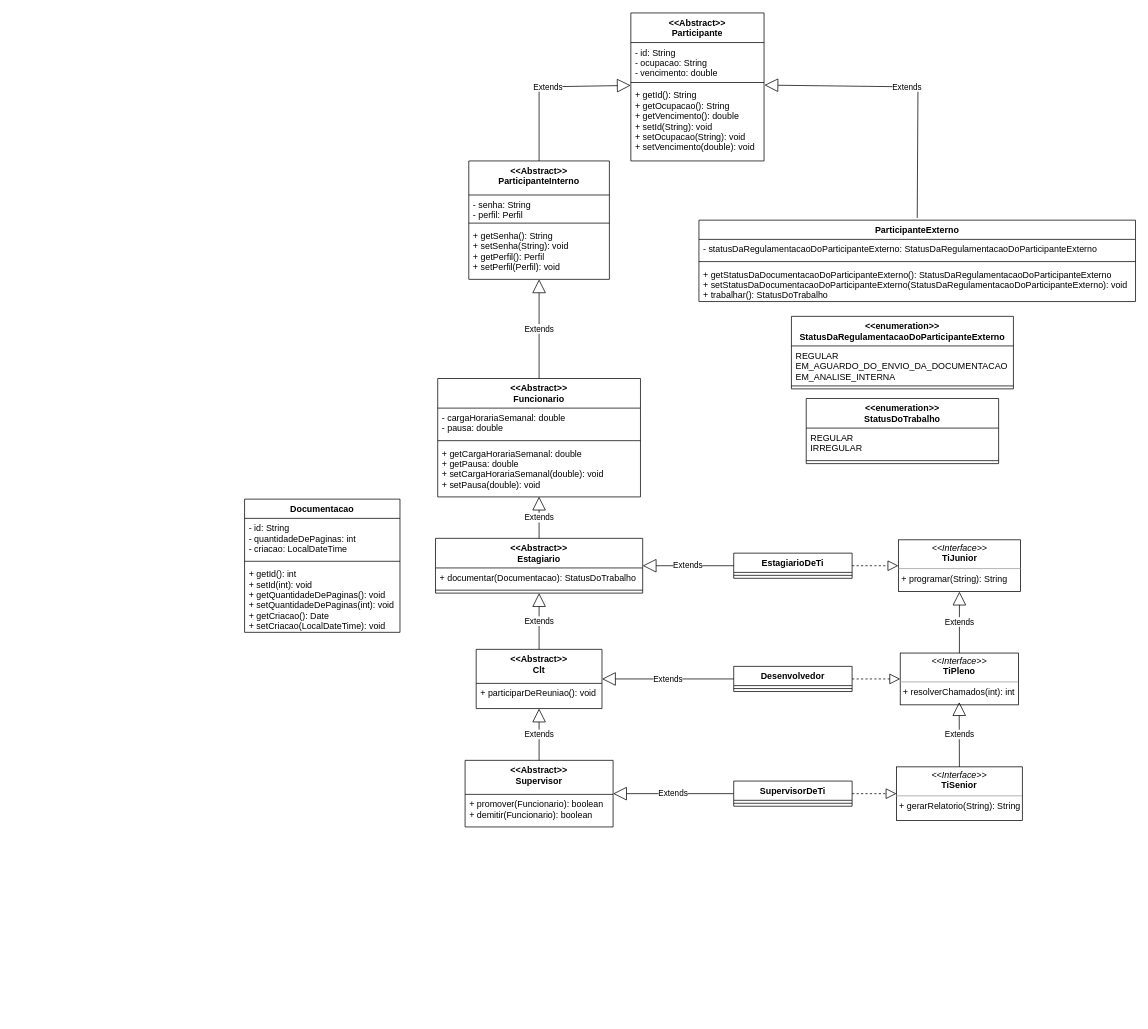
Above: erp.drawio in andre-alck/erp (draw.io), before the change. Source tidied: cells renumbered, new cells numbered last; positions are measured from the earlier drawing's top-left corner, leaving out a move shared by most shapes. Both pictures are drawn from the tidied source at 74%, with x=0, y=0 at pixel (244, 13).
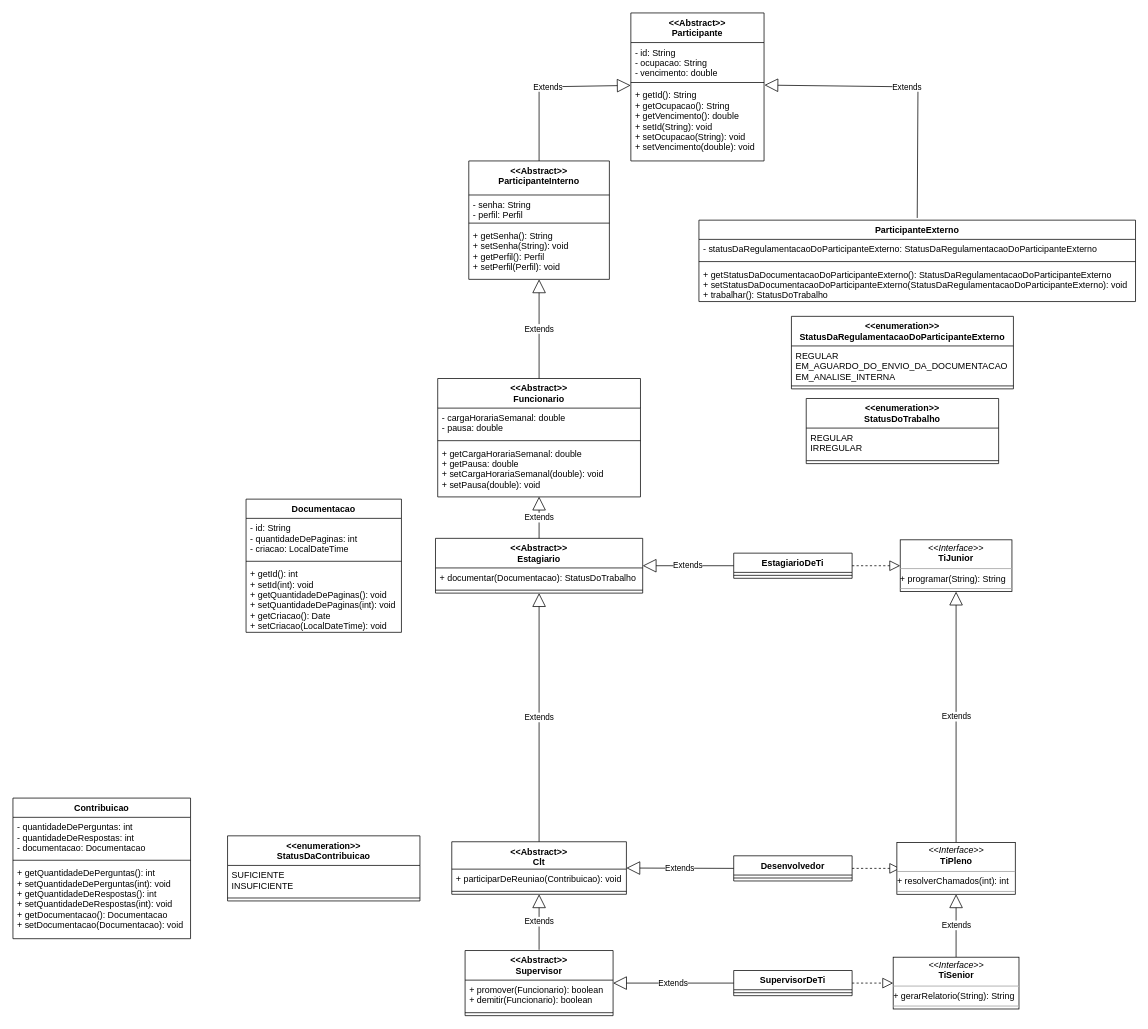
Above is the later version.

Commit message (it also covers changes not shown here):
docs: altera assinatura do metodo participardereuniao

The change refers to these unchanged cells:
```xml
<mxCell id="37" value="&lt;&lt;Abstract&gt;&gt;&#10;Estagiario" style="swimlane;fontStyle=1;align=center;verticalAlign=top;horizontal=1;startSize=40;" parent="1" vertex="1">
  <mxGeometry x="258" y="710" width="280" height="74" as="geometry" />
</mxCell>
<mxCell id="42" value="EstagiarioDeTi" style="swimlane;fontStyle=1;align=center;verticalAlign=top;horizontal=1;startSize=26;" parent="1" vertex="1">
  <mxGeometry x="661" y="730" width="160" height="34" as="geometry" />
</mxCell>
```

The edit, as a diff of the source:
```diff
@@
-    <mxCell id="17" value="&lt;p style=&quot;margin:0px;margin-top:4px;text-align:center;&quot;&gt;&lt;i&gt;&amp;lt;&amp;lt;Interface&amp;gt;&amp;gt;&lt;/i&gt;&lt;br&gt;&lt;b&gt;TiJunior&lt;/b&gt;&lt;/p&gt;&lt;hr size=&quot;1&quot;&gt;&lt;p style=&quot;margin:0px;margin-left:4px;&quot;&gt;+ programar(String): String&lt;/p&gt;" style="verticalAlign=top;align=left;overflow=fill;fontSize=12;fontFamily=Helvetica;html=1;" parent="1" vertex="1">
-      <mxGeometry x="883.5" y="712" width="165" height="70" as="geometry" />
-    </mxCell>
-    <mxCell id="18" value="&lt;p style=&quot;margin:0px;margin-top:4px;text-align:center;&quot;&gt;&lt;i&gt;&amp;lt;&amp;lt;Interface&amp;gt;&amp;gt;&lt;/i&gt;&lt;br&gt;&lt;b&gt;TiPleno&lt;/b&gt;&lt;/p&gt;&lt;hr size=&quot;1&quot;&gt;&lt;p style=&quot;margin:0px;margin-left:4px;&quot;&gt;&lt;/p&gt;&lt;p style=&quot;margin:0px;margin-left:4px;&quot;&gt;+ resolverChamados(int): int&lt;br&gt;&lt;/p&gt;" style="verticalAlign=top;align=left;overflow=fill;fontSize=12;fontFamily=Helvetica;html=1;" parent="1" vertex="1">
-      <mxGeometry x="886" y="865" width="160" height="70" as="geometry" />
-    </mxCell>
-    <mxCell id="19" value="&lt;p style=&quot;margin:0px;margin-top:4px;text-align:center;&quot;&gt;&lt;i&gt;&amp;lt;&amp;lt;Interface&amp;gt;&amp;gt;&lt;/i&gt;&lt;br&gt;&lt;b&gt;TiSenior&lt;/b&gt;&lt;/p&gt;&lt;hr size=&quot;1&quot;&gt;&lt;p style=&quot;margin:0px;margin-left:4px;&quot;&gt;&lt;/p&gt;&lt;p style=&quot;margin:0px;margin-left:4px;&quot;&gt;+ gerarRelatorio(String): String&lt;/p&gt;" style="verticalAlign=top;align=left;overflow=fill;fontSize=12;fontFamily=Helvetica;html=1;" parent="1" vertex="1">
-      <mxGeometry x="881" y="1018.8" width="170" height="72.5" as="geometry" />
-    </mxCell>
-    <mxCell id="20" value="&lt;&lt;Abstract&gt;&gt;&#10;Clt" style="swimlane;fontStyle=1;align=center;verticalAlign=top;horizontal=1;startSize=46;" parent="1" vertex="1">
-      <mxGeometry x="313" y="860" width="170" height="80" as="geometry" />
-    </mxCell>
-    <mxCell id="21" value="+ participarDeReuniao(): void" style="text;strokeColor=none;fillColor=none;align=left;verticalAlign=top;spacingLeft=4;spacingRight=4;overflow=hidden;points=[[0,0.5],[1,0.5]];portConstraint=eastwest;" parent="20" vertex="1">
-      <mxGeometry y="46" width="170" height="34" as="geometry" />
-    </mxCell>
-    <mxCell id="22" value="&lt;&lt;Abstract&gt;&gt;&#10;Supervisor" style="swimlane;fontStyle=1;align=center;verticalAlign=top;horizontal=1;startSize=46;" parent="1" vertex="1">
-      <mxGeometry x="298" y="1010" width="200" height="90" as="geometry" />
-    </mxCell>
-    <mxCell id="23" value="+ promover(Funcionario): boolean&#10;+ demitir(Funcionario): boolean" style="text;strokeColor=none;fillColor=none;align=left;verticalAlign=top;spacingLeft=4;spacingRight=4;overflow=hidden;" parent="22" vertex="1">
-      <mxGeometry y="46" width="200" height="44" as="geometry" />
-    </mxCell>
-    <mxCell id="24" value="Extends" style="endArrow=block;endSize=16;endFill=0;html=1;rounded=0;entryX=0.5;entryY=1;entryDx=0;entryDy=0;exitX=0.5;exitY=0;exitDx=0;exitDy=0;" parent="1" edge="1" source="18" target="17">
+    <mxCell id="24" value="Extends" style="endArrow=block;endSize=16;endFill=0;html=1;rounded=0;exitX=0.5;exitY=0;exitDx=0;exitDy=0;entryX=0.5;entryY=1;entryDx=0;entryDy=0;" parent="1" edge="1" source="18" target="17">
       <mxGeometry relative="1" as="geometry" />
     </mxCell>
-    <mxCell id="25" value="Extends" style="endArrow=block;endSize=16;endFill=0;html=1;rounded=0;exitX=0.5;exitY=0;exitDx=0;exitDy=0;entryX=0.5;entryY=1;entryDx=0;entryDy=0;entryPerimeter=0;" parent="1" edge="1" source="22" target="21">
-      <mxGeometry relative="1" as="geometry" />
-    </mxCell>
-    <mxCell id="26" value="Extends" style="endArrow=block;endSize=16;endFill=0;html=1;rounded=0;entryX=0.5;entryY=1;entryDx=0;entryDy=0;exitX=0.5;exitY=0;exitDx=0;exitDy=0;" parent="1" edge="1" source="19">
-      <mxGeometry relative="1" as="geometry">
-        <mxPoint x="965.7" y="931.3" as="targetPoint" />
-      </mxGeometry>
+    <mxCell id="26" value="Extends" style="endArrow=block;endSize=16;endFill=0;html=1;rounded=0;entryX=0.5;entryY=1;entryDx=0;entryDy=0;exitX=0.5;exitY=0;exitDx=0;exitDy=0;" parent="1" edge="1" source="19" target="18">
+      <mxGeometry relative="1" as="geometry" />
     </mxCell>
@@
-    <mxCell id="41" value="Extends" style="endArrow=block;endSize=16;endFill=0;html=1;rounded=0;exitX=0.5;exitY=0;exitDx=0;exitDy=0;entryX=0.5;entryY=1;entryDx=0;entryDy=0;" parent="1" edge="1" source="20" target="37">
-      <mxGeometry relative="1" as="geometry" />
-    </mxCell>
@@
-    <mxCell id="45" style="endArrow=block;dashed=1;endFill=0;endSize=12;html=1;rounded=0;exitX=1;exitY=0.5;exitDx=0;exitDy=0;entryX=0;entryY=0.5;entryDx=0;entryDy=0;" parent="1" edge="1" source="42" target="17">
-      <mxGeometry relative="1" as="geometry" />
-    </mxCell>
     <mxCell id="46" value="Desenvolvedor" style="swimlane;fontStyle=1;align=center;verticalAlign=top;horizontal=1;startSize=26;" parent="1" vertex="1">
-      <mxGeometry x="661" y="883" width="160" height="34" as="geometry" />
+      <mxGeometry x="661" y="1139" width="160" height="34" as="geometry" />
     </mxCell>
@@
-    <mxCell id="48" style="endArrow=block;dashed=1;endFill=0;endSize=12;html=1;rounded=0;exitX=1;exitY=0.5;exitDx=0;exitDy=0;entryX=0;entryY=0.5;entryDx=0;entryDy=0;" parent="1" edge="1" source="46" target="18">
-      <mxGeometry relative="1" as="geometry" />
+    <mxCell id="48" style="endArrow=block;dashed=1;endFill=0;endSize=12;html=1;rounded=0;exitX=1;exitY=0.5;exitDx=0;exitDy=0;entryX=0;entryY=0.5;entryDx=0;entryDy=0;" parent="1" edge="1" source="46">
+      <mxGeometry relative="1" as="geometry">
+        <mxPoint x="886" y="1156" as="targetPoint" />
+      </mxGeometry>
     </mxCell>
     <mxCell id="49" value="SupervisorDeTi" style="swimlane;fontStyle=1;align=center;verticalAlign=top;horizontal=1;startSize=26;" parent="1" vertex="1">
-      <mxGeometry x="661" y="1038" width="160" height="34" as="geometry" />
+      <mxGeometry x="661" y="1294" width="160" height="34" as="geometry" />
     </mxCell>
@@
-    <mxCell id="51" style="endArrow=block;dashed=1;endFill=0;endSize=12;html=1;rounded=0;exitX=1;exitY=0.5;exitDx=0;exitDy=0;entryX=0;entryY=0.5;entryDx=0;entryDy=0;" parent="1" edge="1" source="49" target="19">
-      <mxGeometry relative="1" as="geometry" />
-    </mxCell>
-    <mxCell id="52" value="Extends" style="endArrow=block;endSize=16;endFill=0;html=1;rounded=0;exitX=0;exitY=0.5;exitDx=0;exitDy=0;entryX=1;entryY=0.5;entryDx=0;entryDy=0;" parent="1" edge="1" source="46" target="20">
-      <mxGeometry relative="1" as="geometry" />
-    </mxCell>
-    <mxCell id="53" value="Extends" style="endArrow=block;endSize=16;endFill=0;html=1;rounded=0;exitX=0;exitY=0.5;exitDx=0;exitDy=0;entryX=1;entryY=0.5;entryDx=0;entryDy=0;" parent="1" edge="1" source="49" target="22">
-      <mxGeometry relative="1" as="geometry" />
+    <mxCell id="53" value="Extends" style="endArrow=block;endSize=16;endFill=0;html=1;rounded=0;exitX=0;exitY=0.5;exitDx=0;exitDy=0;entryX=1;entryY=0.5;entryDx=0;entryDy=0;" parent="1" edge="1" source="49">
+      <mxGeometry relative="1" as="geometry">
+        <mxPoint x="498" y="1311" as="targetPoint" />
+      </mxGeometry>
     </mxCell>
     <mxCell id="54" value="Documentacao" style="swimlane;fontStyle=1;align=center;verticalAlign=top;horizontal=1;startSize=26;" parent="1" vertex="1">
-      <mxGeometry y="657" width="210" height="180" as="geometry" />
+      <mxGeometry x="2" y="657" width="210" height="180" as="geometry" />
     </mxCell>
@@
+    <mxCell id="20" value="&lt;&lt;Abstract&gt;&gt;&#10;Clt" style="swimlane;fontStyle=1;align=center;verticalAlign=top;horizontal=1;startSize=37;" parent="1" vertex="1">
+      <mxGeometry x="280" y="1120" width="236" height="71" as="geometry" />
+    </mxCell>
+    <mxCell id="59" value="+ participarDeReuniao(Contribuicao): void" style="text;strokeColor=none;fillColor=none;align=left;verticalAlign=top;spacingLeft=4;spacingRight=4;overflow=hidden;" parent="20" vertex="1">
+      <mxGeometry y="37" width="236" height="26" as="geometry" />
+    </mxCell>
+    <mxCell id="60" style="line;strokeWidth=1;fillColor=none;align=left;verticalAlign=middle;spacingTop=-1;spacingLeft=3;spacingRight=3;labelPosition=right;strokeColor=inherit;" parent="20" vertex="1">
+      <mxGeometry y="63" width="236" height="8" as="geometry" />
+    </mxCell>
+    <mxCell id="61" value="Extends" style="endArrow=block;endSize=16;endFill=0;html=1;rounded=0;exitX=0.5;exitY=0;exitDx=0;exitDy=0;entryX=0.5;entryY=1;entryDx=0;entryDy=0;" parent="1" edge="1" target="20">
+      <mxGeometry relative="1" as="geometry">
+        <mxPoint x="398" y="1266" as="sourcePoint" />
+      </mxGeometry>
+    </mxCell>
+    <mxCell id="41" value="Extends" style="endArrow=block;endSize=16;endFill=0;html=1;rounded=0;exitX=0.5;exitY=0;exitDx=0;exitDy=0;entryX=0.5;entryY=1;entryDx=0;entryDy=0;" parent="1" edge="1" source="20" target="37">
+      <mxGeometry relative="1" as="geometry" />
+    </mxCell>
+    <mxCell id="22" value="&lt;&lt;Abstract&gt;&gt;&#10;Supervisor" style="swimlane;fontStyle=1;align=center;verticalAlign=top;horizontal=1;startSize=40;" parent="1" vertex="1">
+      <mxGeometry x="298" y="1267" width="200" height="88" as="geometry" />
+    </mxCell>
+    <mxCell id="23" value="+ promover(Funcionario): boolean&#10;+ demitir(Funcionario): boolean" style="text;strokeColor=none;fillColor=none;align=left;verticalAlign=top;spacingLeft=4;spacingRight=4;overflow=hidden;" parent="22" vertex="1">
+      <mxGeometry y="40" width="200" height="40" as="geometry" />
+    </mxCell>
+    <mxCell id="62" style="line;strokeWidth=1;fillColor=none;align=left;verticalAlign=middle;spacingTop=-1;spacingLeft=3;spacingRight=3;labelPosition=right;strokeColor=inherit;" parent="22" vertex="1">
+      <mxGeometry y="80" width="200" height="8" as="geometry" />
+    </mxCell>
+    <mxCell id="17" value="&lt;p style=&quot;margin:0px;margin-top:4px;text-align:center;&quot;&gt;&lt;i&gt;&amp;lt;&amp;lt;Interface&amp;gt;&amp;gt;&lt;/i&gt;&lt;br&gt;&lt;b style=&quot;border-color: var(--border-color);&quot;&gt;TiJunior&lt;/b&gt;&lt;br&gt;&lt;/p&gt;&lt;hr size=&quot;1&quot;&gt;+ programar(String): String&lt;br&gt;&lt;hr size=&quot;1&quot;&gt;&lt;p style=&quot;margin:0px;margin-left:4px;&quot;&gt;&lt;br&gt;&lt;/p&gt;" style="verticalAlign=top;align=left;overflow=fill;fontSize=12;fontFamily=Helvetica;html=1;" parent="1" vertex="1">
+      <mxGeometry x="886" y="712" width="151" height="70" as="geometry" />
+    </mxCell>
+    <mxCell id="45" style="endArrow=block;dashed=1;endFill=0;endSize=12;html=1;rounded=0;exitX=1;exitY=0.5;exitDx=0;exitDy=0;entryX=0;entryY=0.5;entryDx=0;entryDy=0;" parent="1" edge="1" source="42" target="17">
+      <mxGeometry relative="1" as="geometry" />
+    </mxCell>
+    <mxCell id="18" value="&lt;p style=&quot;margin:0px;margin-top:4px;text-align:center;&quot;&gt;&lt;i&gt;&amp;lt;&amp;lt;Interface&amp;gt;&amp;gt;&lt;/i&gt;&lt;br&gt;&lt;b style=&quot;border-color: var(--border-color);&quot;&gt;TiPleno&lt;/b&gt;&lt;br&gt;&lt;/p&gt;&lt;hr size=&quot;1&quot;&gt;+ resolverChamados(int): int&lt;br&gt;&lt;hr size=&quot;1&quot;&gt;&lt;p style=&quot;margin:0px;margin-left:4px;&quot;&gt;&lt;br&gt;&lt;/p&gt;" style="verticalAlign=top;align=left;overflow=fill;fontSize=12;fontFamily=Helvetica;html=1;" parent="1" vertex="1">
+      <mxGeometry x="881.5" y="1121" width="160" height="70" as="geometry" />
+    </mxCell>
+    <mxCell id="19" value="&lt;p style=&quot;margin:0px;margin-top:4px;text-align:center;&quot;&gt;&lt;i&gt;&amp;lt;&amp;lt;Interface&amp;gt;&amp;gt;&lt;/i&gt;&lt;br&gt;&lt;b style=&quot;border-color: var(--border-color);&quot;&gt;TiSenior&lt;/b&gt;&lt;br&gt;&lt;/p&gt;&lt;hr size=&quot;1&quot;&gt;+ gerarRelatorio(String): String&lt;br&gt;&lt;hr size=&quot;1&quot;&gt;&lt;p style=&quot;margin:0px;margin-left:4px;&quot;&gt;&lt;br&gt;&lt;/p&gt;" style="verticalAlign=top;align=left;overflow=fill;fontSize=12;fontFamily=Helvetica;html=1;" parent="1" vertex="1">
+      <mxGeometry x="876.5" y="1276" width="170" height="70" as="geometry" />
+    </mxCell>
+    <mxCell id="51" style="endArrow=block;dashed=1;endFill=0;endSize=12;html=1;rounded=0;exitX=1;exitY=0.5;exitDx=0;exitDy=0;entryX=0;entryY=0.5;entryDx=0;entryDy=0;" parent="1" edge="1" source="49" target="19">
+      <mxGeometry relative="1" as="geometry" />
+    </mxCell>
+    <mxCell id="63" value="Contribuicao" style="swimlane;fontStyle=1;align=center;verticalAlign=top;horizontal=1;startSize=26;" parent="1" vertex="1">
+      <mxGeometry x="-313" y="1061" width="240" height="190" as="geometry" />
+    </mxCell>
+    <mxCell id="64" value="- quantidadeDePerguntas: int&#10;- quantidadeDeRespostas: int&#10;- documentacao: Documentacao" style="text;strokeColor=none;fillColor=none;align=left;verticalAlign=top;spacingLeft=4;spacingRight=4;overflow=hidden;" parent="63" vertex="1">
+      <mxGeometry y="26" width="240" height="54" as="geometry" />
+    </mxCell>
+    <mxCell id="65" style="line;strokeWidth=1;fillColor=none;align=left;verticalAlign=middle;spacingTop=-1;spacingLeft=3;spacingRight=3;labelPosition=right;strokeColor=inherit;" parent="63" vertex="1">
+      <mxGeometry y="80" width="240" height="8" as="geometry" />
+    </mxCell>
+    <mxCell id="66" value="+ getQuantidadeDePerguntas(): int&#10;+ setQuantidadeDePerguntas(int): void&#10;+ getQuantidadeDeRespostas(): int&#10;+ setQuantidadeDeRespostas(int): void&#10;+ getDocumentacao(): Documentacao&#10;+ setDocumentacao(Documentacao): void" style="text;strokeColor=none;fillColor=none;align=left;verticalAlign=top;spacingLeft=4;spacingRight=4;overflow=hidden;" parent="63" vertex="1">
+      <mxGeometry y="88" width="240" height="102" as="geometry" />
+    </mxCell>
+    <mxCell id="52" value="Extends" style="endArrow=block;endSize=16;endFill=0;html=1;rounded=0;entryX=1;entryY=0.5;entryDx=0;entryDy=0;exitX=0;exitY=0.5;exitDx=0;exitDy=0;" parent="1" edge="1" source="46" target="20">
+      <mxGeometry relative="1" as="geometry" />
+    </mxCell>
+    <mxCell id="67" value="&lt;&lt;enumeration&gt;&gt;&#10;StatusDaContribuicao" style="swimlane;fontStyle=1;align=center;verticalAlign=top;horizontal=1;startSize=40;" parent="1" vertex="1">
+      <mxGeometry x="-23" y="1112" width="260" height="88" as="geometry" />
+    </mxCell>
+    <mxCell id="68" value="SUFICIENTE&#10;INSUFICIENTE" style="text;strokeColor=none;fillColor=none;align=left;verticalAlign=top;spacingLeft=4;spacingRight=4;overflow=hidden;" parent="67" vertex="1">
+      <mxGeometry y="40" width="260" height="40" as="geometry" />
+    </mxCell>
+    <mxCell id="69" style="line;strokeWidth=1;fillColor=none;align=left;verticalAlign=middle;spacingTop=-1;spacingLeft=3;spacingRight=3;labelPosition=right;strokeColor=inherit;" parent="67" vertex="1">
+      <mxGeometry y="80" width="260" height="8" as="geometry" />
+    </mxCell>
```
